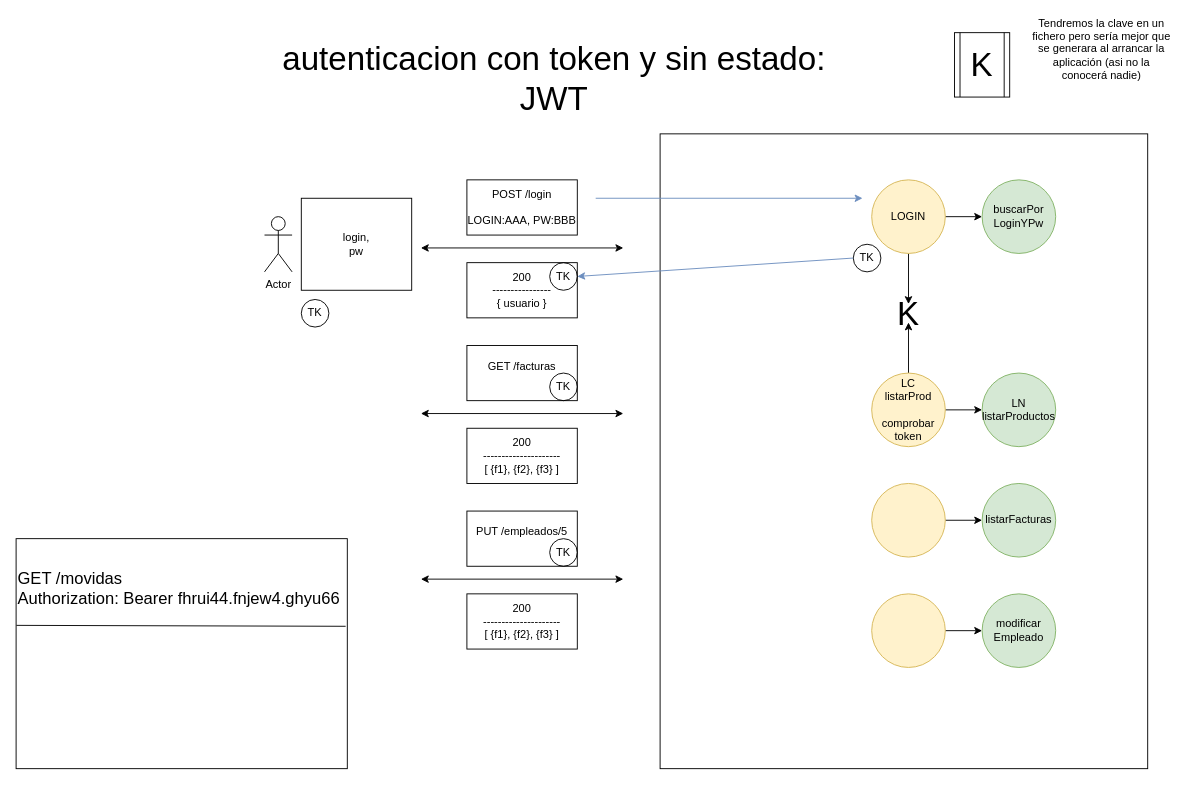
Earlier version of the draw.io diagram page "47-JWT" (47 of 50) of Dibujillos.drawio (lrag/MEAN_2021). Source tidied: cells renumbered, new cells numbered last; positions are measured from the earlier drawing's top-left corner, leaving out a move shared by most shapes. Both pictures are drawn from the tidied source at 92%, with x=0, y=0 at pixel (16, 32).
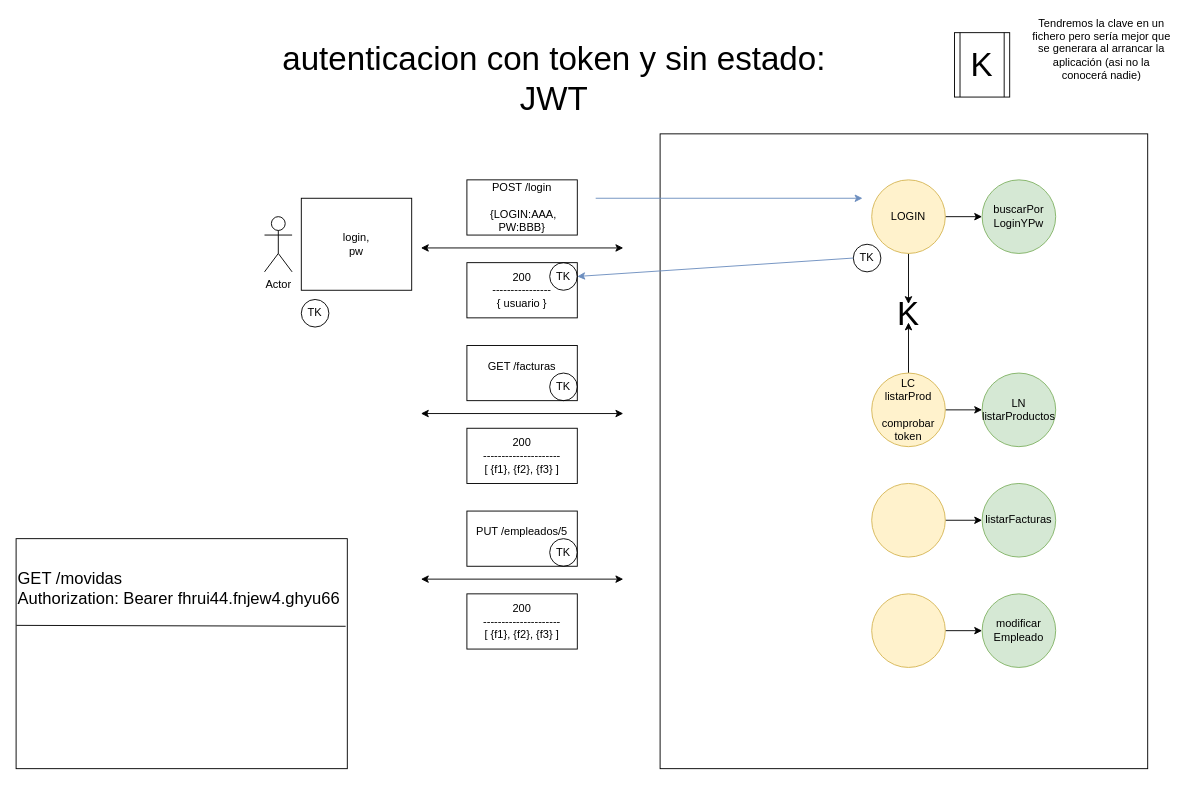
The same page after the edit.

What changed in the source:
```diff
@@
-    <mxCell id="6" value="POST /login&lt;br&gt;&lt;br&gt;LOGIN:AAA, PW:BBB" style="rounded=0;whiteSpace=wrap;html=1;fillColor=none;" parent="1" vertex="1">
+    <mxCell id="6" value="POST /login&lt;br&gt;&lt;br&gt;&amp;nbsp;{LOGIN:AAA, PW:BBB}" style="rounded=0;whiteSpace=wrap;html=1;fillColor=none;" parent="1" vertex="1">
       <mxGeometry x="490" y="160" width="120" height="60" as="geometry" />
     </mxCell>
```
